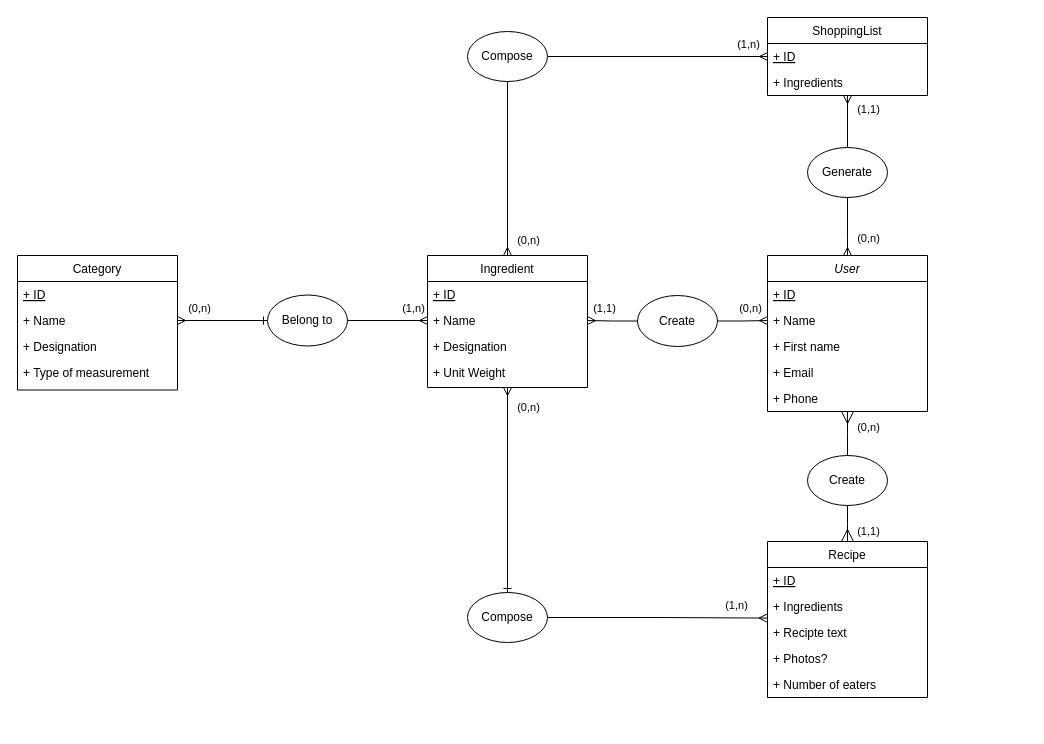
Earlier version of the draw.io diagram corlis_MLD.drawio (xForainx/corlis). Source tidied: cells renumbered, new cells numbered last; positions are measured from the earlier drawing's top-left corner, leaving out a move shared by most shapes. Both pictures are drawn from the tidied source at 100%, with x=0, y=0 at pixel (17, 17).
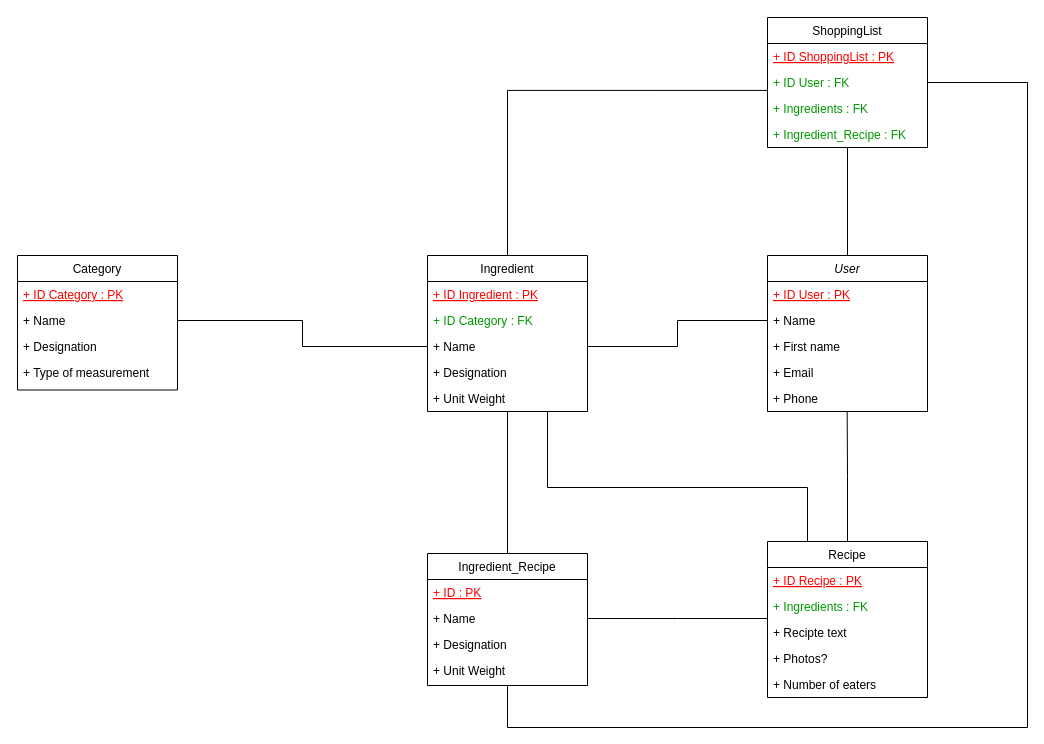
The same page after the edit.

Commit message:
Mettre à jour corlis_MLD.drawio

Unchanged cells that the change refers to:
```xml
<mxCell id="4" value="User" style="swimlane;fontStyle=2;align=center;verticalAlign=top;horizontal=1;startSize=26;rounded=0;shadow=0;strokeWidth=1;" parent="1" vertex="1">
  <mxGeometry x="750" y="238" width="160" height="156" as="geometry" />
</mxCell>
<mxCell id="6" value="+ Name" style="text;align=left;verticalAlign=top;spacingLeft=4;spacingRight=4;overflow=hidden;points=[[0,0.5],[1,0.5]];portConstraint=eastwest;rounded=0;shadow=0;html=0;" parent="4" vertex="1">
  <mxGeometry y="52" width="160" height="26" as="geometry" />
</mxCell>
<mxCell id="9" value="+ Phone" style="text;align=left;verticalAlign=top;spacingLeft=4;spacingRight=4;overflow=hidden;points=[[0,0.5],[1,0.5]];portConstraint=eastwest;" parent="4" vertex="1">
  <mxGeometry y="130" width="160" height="26" as="geometry" />
</mxCell>
<mxCell id="17" value="Recipe" style="swimlane;fontStyle=0;align=center;verticalAlign=top;horizontal=1;startSize=26;rounded=0;shadow=0;strokeWidth=1;" parent="1" vertex="1">
  <mxGeometry x="750" y="524" width="160" height="156" as="geometry" />
</mxCell>
<mxCell id="25" value="Category" style="swimlane;fontStyle=0;align=center;verticalAlign=top;horizontal=1;startSize=26;rounded=0;shadow=0;strokeWidth=1;" parent="1" vertex="1">
  <mxGeometry y="238" width="160" height="134.5" as="geometry" />
</mxCell>
<mxCell id="27" value="+ Name" style="text;align=left;verticalAlign=top;spacingLeft=4;spacingRight=4;overflow=hidden;points=[[0,0.5],[1,0.5]];portConstraint=eastwest;rounded=0;shadow=0;html=0;" parent="25" vertex="1">
  <mxGeometry y="52" width="160" height="26" as="geometry" />
</mxCell>
```

Diff of the diagram source:
```diff
@@
-    <mxCell id="2" style="edgeStyle=orthogonalEdgeStyle;rounded=0;jettySize=auto;html=1;exitX=0.5;exitY=0;exitDx=0;exitDy=0;entryX=0.5;entryY=1;entryDx=0;entryDy=0;startArrow=ERmany;startFill=0;endArrow=none;endFill=0;" parent="1" edge="1" source="4" target="51">
-      <mxGeometry relative="1" as="geometry">
-        <Array as="points">
-          <mxPoint x="830" y="220" />
-          <mxPoint x="830" y="220" />
-        </Array>
-      </mxGeometry>
-    </mxCell>
-    <mxCell id="3" value="(0,n)" style="edgeLabel;html=1;align=center;verticalAlign=middle;" parent="2" vertex="1">
-      <mxGeometry x="-0.21" relative="1" as="geometry">
-        <mxPoint x="20" y="5" as="offset" />
-      </mxGeometry>
-    </mxCell>
+    <mxCell id="57" style="edgeStyle=orthogonalEdgeStyle;rounded=0;jettySize=auto;html=1;exitX=0.5;exitY=0;exitDx=0;exitDy=0;endArrow=none;endFill=0;entryX=0.5;entryY=0.995;entryDx=0;entryDy=0;entryPerimeter=0;" parent="1" edge="1" source="4" target="64">
+      <mxGeometry relative="1" as="geometry" />
+    </mxCell>
@@
-    <mxCell id="5" value="+ ID" style="text;align=left;verticalAlign=top;spacingLeft=4;spacingRight=4;overflow=hidden;fontStyle=4;" parent="4" vertex="1">
+    <mxCell id="5" value="+ ID User : PK" style="text;align=left;verticalAlign=top;spacingLeft=4;spacingRight=4;overflow=hidden;fontStyle=4;fontColor=#FF0000;" parent="4" vertex="1">
       <mxGeometry y="26" width="160" height="26" as="geometry" />
     </mxCell>
@@
-    <mxCell id="10" style="edgeStyle=orthogonalEdgeStyle;rounded=0;jettySize=auto;html=1;exitX=0.5;exitY=1;exitDx=0;exitDy=0;startArrow=ERmany;startFill=0;endArrow=ERone;endFill=0;entryX=0.5;entryY=0;entryDx=0;entryDy=0;" parent="1" edge="1" source="12" target="48">
-      <mxGeometry relative="1" as="geometry" />
-    </mxCell>
-    <mxCell id="11" value="(0,n)" style="edgeLabel;html=1;align=center;verticalAlign=middle;" parent="10" vertex="1">
-      <mxGeometry x="-0.81" y="1" relative="1" as="geometry">
-        <mxPoint x="19" as="offset" />
-      </mxGeometry>
-    </mxCell>
+    <mxCell id="58" style="edgeStyle=orthogonalEdgeStyle;rounded=0;jettySize=auto;html=1;exitX=0.75;exitY=1;exitDx=0;exitDy=0;endArrow=none;endFill=0;entryX=0.25;entryY=0;entryDx=0;entryDy=0;" parent="1" edge="1" source="12" target="17">
+      <mxGeometry relative="1" as="geometry">
+        <Array as="points">
+          <mxPoint x="530" y="470" />
+          <mxPoint x="790" y="470" />
+        </Array>
+      </mxGeometry>
+    </mxCell>
+    <mxCell id="59" style="edgeStyle=orthogonalEdgeStyle;rounded=0;jettySize=auto;html=1;exitX=0.5;exitY=0;exitDx=0;exitDy=0;entryX=-0.001;entryY=-0.195;entryDx=0;entryDy=0;entryPerimeter=0;endArrow=none;endFill=0;" parent="1" edge="1" source="12" target="35">
+      <mxGeometry relative="1" as="geometry" />
+    </mxCell>
+    <mxCell id="60" style="edgeStyle=orthogonalEdgeStyle;rounded=0;jettySize=auto;html=1;exitX=0.5;exitY=1;exitDx=0;exitDy=0;entryX=0.5;entryY=0;entryDx=0;entryDy=0;fontColor=#FF0000;endArrow=none;endFill=0;" parent="1" edge="1" source="12" target="68">
+      <mxGeometry relative="1" as="geometry" />
+    </mxCell>
     <mxCell id="12" value="Ingredient" style="swimlane;fontStyle=0;align=center;verticalAlign=top;horizontal=1;startSize=26;rounded=0;shadow=0;strokeWidth=1;" parent="1" vertex="1">
-      <mxGeometry x="410" y="238" width="160" height="132" as="geometry" />
+      <mxGeometry x="410" y="238" width="160" height="156" as="geometry" />
     </mxCell>
-    <mxCell id="13" value="+ ID" style="text;align=left;verticalAlign=top;spacingLeft=4;spacingRight=4;overflow=hidden;fontStyle=4;" parent="12" vertex="1">
+    <mxCell id="13" value="+ ID Ingredient : PK" style="text;align=left;verticalAlign=top;spacingLeft=4;spacingRight=4;overflow=hidden;fontStyle=4;fontColor=#FF0000;" parent="12" vertex="1">
       <mxGeometry y="26" width="160" height="26" as="geometry" />
     </mxCell>
+    <mxCell id="61" value="+ ID Category : FK" style="text;align=left;verticalAlign=top;spacingLeft=4;spacingRight=4;overflow=hidden;rounded=0;shadow=0;html=0;fontColor=#009900;" parent="12" vertex="1">
+      <mxGeometry y="52" width="160" height="26" as="geometry" />
+    </mxCell>
     <mxCell id="14" value="+ Name" style="text;align=left;verticalAlign=top;spacingLeft=4;spacingRight=4;overflow=hidden;points=[[0,0.5],[1,0.5]];portConstraint=eastwest;rounded=0;shadow=0;html=0;" parent="12" vertex="1">
-      <mxGeometry y="52" width="160" height="26" as="geometry" />
+      <mxGeometry y="78" width="160" height="26" as="geometry" />
     </mxCell>
     <mxCell id="15" value="+ Designation" style="text;align=left;verticalAlign=top;spacingLeft=4;spacingRight=4;overflow=hidden;rounded=0;shadow=0;html=0;" parent="12" vertex="1">
-      <mxGeometry y="78" width="160" height="26" as="geometry" />
+      <mxGeometry y="104" width="160" height="26" as="geometry" />
     </mxCell>
     <mxCell id="16" value="+ Unit Weight" style="text;align=left;verticalAlign=top;spacingLeft=4;spacingRight=4;overflow=hidden;rounded=0;shadow=0;html=0;" parent="12" vertex="1">
-      <mxGeometry y="104" width="160" height="26" as="geometry" />
+      <mxGeometry y="130" width="160" height="26" as="geometry" />
     </mxCell>
+    <mxCell id="62" style="edgeStyle=orthogonalEdgeStyle;rounded=0;jettySize=auto;html=1;exitX=0.5;exitY=0;exitDx=0;exitDy=0;endArrow=none;endFill=0;entryX=0.498;entryY=0.996;entryDx=0;entryDy=0;entryPerimeter=0;" parent="1" edge="1" source="17" target="9">
+      <mxGeometry relative="1" as="geometry" />
+    </mxCell>
@@
-    <mxCell id="18" value="+ ID" style="text;align=left;verticalAlign=top;spacingLeft=4;spacingRight=4;overflow=hidden;fontStyle=4;" parent="17" vertex="1">
+    <mxCell id="18" value="+ ID Recipe : PK" style="text;align=left;verticalAlign=top;spacingLeft=4;spacingRight=4;overflow=hidden;fontStyle=4;fontColor=#FF0000;" parent="17" vertex="1">
       <mxGeometry y="26" width="160" height="26" as="geometry" />
     </mxCell>
-    <mxCell id="19" value="+ Ingredients" style="text;align=left;verticalAlign=top;spacingLeft=4;spacingRight=4;overflow=hidden;points=[[0,0.5],[1,0.5]];portConstraint=eastwest;" parent="17" vertex="1">
+    <mxCell id="19" value="+ Ingredients : FK" style="text;align=left;verticalAlign=top;spacingLeft=4;spacingRight=4;overflow=hidden;points=[[0,0.5],[1,0.5]];portConstraint=eastwest;fontColor=#009900;" parent="17" vertex="1">
       <mxGeometry y="52" width="160" height="26" as="geometry" />
     </mxCell>
@@
-    <mxCell id="23" style="endArrow=ERmany;endSize=10;endFill=0;shadow=0;strokeWidth=1;rounded=0;edgeStyle=elbowEdgeStyle;elbow=vertical;startArrow=none;" parent="1" edge="1" source="30" target="4">
-      <mxGeometry relative="1" as="geometry" />
-    </mxCell>
-    <mxCell id="24" value="(0,n)" style="edgeLabel;html=1;align=center;verticalAlign=middle;" parent="23" vertex="1">
-      <mxGeometry x="0.32" relative="1" as="geometry">
-        <mxPoint x="20" as="offset" />
-      </mxGeometry>
-    </mxCell>
@@
-    <mxCell id="26" value="+ ID" style="text;align=left;verticalAlign=top;spacingLeft=4;spacingRight=4;overflow=hidden;fontStyle=4;" parent="25" vertex="1">
+    <mxCell id="26" value="+ ID Category : PK" style="text;align=left;verticalAlign=top;spacingLeft=4;spacingRight=4;overflow=hidden;fontStyle=4;fontColor=#FF0000;" parent="25" vertex="1">
       <mxGeometry y="26" width="160" height="26" as="geometry" />
     </mxCell>
@@
-    <mxCell id="30" value="Create" style="ellipse;whiteSpace=wrap;html=1;" parent="1" vertex="1">
-      <mxGeometry x="790" y="438" width="80" height="50" as="geometry" />
-    </mxCell>
-    <mxCell id="31" style="endArrow=ERmany;endSize=10;endFill=0;shadow=0;strokeWidth=1;rounded=0;edgeStyle=elbowEdgeStyle;elbow=vertical;labelPosition=right;verticalLabelPosition=top;align=center;verticalAlign=bottom;startArrow=none;startFill=0;" parent="1" edge="1" source="30" target="17">
-      <mxGeometry relative="1" as="geometry" />
-    </mxCell>
-    <mxCell id="32" value="(1,1)" style="edgeLabel;html=1;align=center;verticalAlign=middle;" parent="31" vertex="1">
-      <mxGeometry x="0.41" relative="1" as="geometry">
-        <mxPoint x="20" as="offset" />
-      </mxGeometry>
-    </mxCell>
     <mxCell id="33" value="ShoppingList" style="swimlane;fontStyle=0;align=center;verticalAlign=top;horizontal=1;startSize=26;rounded=0;shadow=0;strokeWidth=1;" parent="1" vertex="1">
-      <mxGeometry x="750" width="160" height="78" as="geometry" />
+      <mxGeometry x="750" width="160" height="130" as="geometry" />
     </mxCell>
-    <mxCell id="34" value="+ ID" style="text;align=left;verticalAlign=top;spacingLeft=4;spacingRight=4;overflow=hidden;points=[[0,0.5],[1,0.5]];portConstraint=eastwest;fontStyle=4;" parent="33" vertex="1">
+    <mxCell id="34" value="+ ID ShoppingList : PK" style="text;align=left;verticalAlign=top;spacingLeft=4;spacingRight=4;overflow=hidden;points=[[0,0.5],[1,0.5]];portConstraint=eastwest;fontStyle=4;fontColor=#FF0000;" parent="33" vertex="1">
       <mxGeometry y="26" width="160" height="26" as="geometry" />
     </mxCell>
+    <mxCell id="63" value="+ ID User : FK" style="text;align=left;verticalAlign=top;spacingLeft=4;spacingRight=4;overflow=hidden;points=[[0,0.5],[1,0.5]];portConstraint=eastwest;fontStyle=0;fontColor=#009900;" parent="33" vertex="1">
+      <mxGeometry y="52" width="160" height="26" as="geometry" />
+    </mxCell>
-    <mxCell id="35" value="+ Ingredients" style="text;align=left;verticalAlign=top;spacingLeft=4;spacingRight=4;overflow=hidden;points=[[0,0.5],[1,0.5]];portConstraint=eastwest;fontStyle=0;" parent="33" vertex="1">
-      <mxGeometry y="52" width="160" height="26" as="geometry" />
+    <mxCell id="35" value="+ Ingredients : FK" style="text;align=left;verticalAlign=top;spacingLeft=4;spacingRight=4;overflow=hidden;points=[[0,0.5],[1,0.5]];portConstraint=eastwest;fontStyle=0;fontColor=#009900;" parent="33" vertex="1">
+      <mxGeometry y="78" width="160" height="26" as="geometry" />
     </mxCell>
-    <mxCell id="36" style="edgeStyle=orthogonalEdgeStyle;rounded=0;jettySize=auto;html=1;exitX=0;exitY=0.5;exitDx=0;exitDy=0;entryX=1;entryY=0.5;entryDx=0;entryDy=0;startArrow=none;startFill=0;endArrow=ERmany;endFill=0;" parent="1" edge="1" source="40" target="14">
-      <mxGeometry relative="1" as="geometry" />
-    </mxCell>
-    <mxCell id="37" value="(1,1)" style="edgeLabel;html=1;align=center;verticalAlign=middle;" parent="36" vertex="1">
-      <mxGeometry x="0.34" y="1" relative="1" as="geometry">
-        <mxPoint y="-14" as="offset" />
-      </mxGeometry>
-    </mxCell>
-    <mxCell id="38" style="edgeStyle=orthogonalEdgeStyle;rounded=0;jettySize=auto;html=1;exitX=1;exitY=0.5;exitDx=0;exitDy=0;entryX=0;entryY=0.5;entryDx=0;entryDy=0;startArrow=none;startFill=0;endArrow=ERmany;endFill=0;" parent="1" edge="1" source="40" target="6">
-      <mxGeometry relative="1" as="geometry" />
-    </mxCell>
-    <mxCell id="39" value="(0,n)" style="edgeLabel;html=1;align=center;verticalAlign=middle;" parent="38" vertex="1">
-      <mxGeometry x="0.3" relative="1" as="geometry">
-        <mxPoint y="-13" as="offset" />
-      </mxGeometry>
-    </mxCell>
-    <mxCell id="40" value="Create" style="ellipse;whiteSpace=wrap;html=1;" parent="1" vertex="1">
-      <mxGeometry x="620" y="278" width="80" height="51" as="geometry" />
-    </mxCell>
-    <mxCell id="41" style="edgeStyle=orthogonalEdgeStyle;rounded=0;jettySize=auto;html=1;startArrow=ERmany;startFill=0;endArrow=ERone;endFill=0;entryX=0;entryY=0.5;entryDx=0;entryDy=0;exitX=1;exitY=0.5;exitDx=0;exitDy=0;" parent="1" edge="1" source="27" target="45">
-      <mxGeometry relative="1" as="geometry" />
-    </mxCell>
-    <mxCell id="42" value="(0,n)" style="edgeLabel;html=1;align=center;verticalAlign=middle;" parent="41" vertex="1">
-      <mxGeometry x="-0.65" y="2" relative="1" as="geometry">
-        <mxPoint x="5" y="-11" as="offset" />
-      </mxGeometry>
-    </mxCell>
-    <mxCell id="43" style="edgeStyle=orthogonalEdgeStyle;rounded=0;jettySize=auto;html=1;exitX=1;exitY=0.5;exitDx=0;exitDy=0;entryX=0;entryY=0.5;entryDx=0;entryDy=0;startArrow=none;startFill=0;endArrow=ERmany;endFill=0;" parent="1" edge="1" source="45" target="14">
-      <mxGeometry relative="1" as="geometry" />
-    </mxCell>
-    <mxCell id="44" value="(1,n)" style="edgeLabel;html=1;align=center;verticalAlign=middle;" parent="43" vertex="1">
-      <mxGeometry x="0.7" relative="1" as="geometry">
-        <mxPoint x="-3" y="-13" as="offset" />
-      </mxGeometry>
-    </mxCell>
-    <mxCell id="45" value="Belong to" style="ellipse;whiteSpace=wrap;html=1;" parent="1" vertex="1">
-      <mxGeometry x="250" y="277.5" width="80" height="51" as="geometry" />
-    </mxCell>
-    <mxCell id="46" style="edgeStyle=orthogonalEdgeStyle;rounded=0;jettySize=auto;html=1;exitX=1;exitY=0.5;exitDx=0;exitDy=0;entryX=-0.003;entryY=0.945;entryDx=0;entryDy=0;startArrow=none;startFill=0;endArrow=ERmany;endFill=0;entryPerimeter=0;" parent="1" edge="1" source="48" target="19">
-      <mxGeometry relative="1" as="geometry" />
-    </mxCell>
-    <mxCell id="47" value="(1,n)" style="edgeLabel;html=1;align=center;verticalAlign=middle;" parent="46" vertex="1">
-      <mxGeometry x="0.83" relative="1" as="geometry">
-        <mxPoint x="-12" y="-13" as="offset" />
-      </mxGeometry>
-    </mxCell>
-    <mxCell id="48" value="Compose" style="ellipse;whiteSpace=wrap;html=1;" parent="1" vertex="1">
-      <mxGeometry x="450" y="575" width="80" height="50" as="geometry" />
-    </mxCell>
-    <mxCell id="49" style="edgeStyle=orthogonalEdgeStyle;rounded=0;jettySize=auto;html=1;exitX=0.5;exitY=0;exitDx=0;exitDy=0;entryX=0.5;entryY=1;entryDx=0;entryDy=0;startArrow=none;startFill=0;endArrow=ERmany;endFill=0;" parent="1" edge="1" source="51" target="33">
-      <mxGeometry relative="1" as="geometry" />
-    </mxCell>
-    <mxCell id="50" value="(1,1)" style="edgeLabel;html=1;align=center;verticalAlign=middle;" parent="49" vertex="1">
-      <mxGeometry x="0.64" relative="1" as="geometry">
-        <mxPoint x="20" y="4" as="offset" />
-      </mxGeometry>
-    </mxCell>
-    <mxCell id="51" value="Generate" style="ellipse;whiteSpace=wrap;html=1;" parent="1" vertex="1">
-      <mxGeometry x="790" y="130" width="80" height="50" as="geometry" />
-    </mxCell>
-    <mxCell id="52" style="edgeStyle=orthogonalEdgeStyle;rounded=0;jettySize=auto;html=1;exitX=0.5;exitY=1;exitDx=0;exitDy=0;entryX=0.5;entryY=0;entryDx=0;entryDy=0;startArrow=none;startFill=0;endArrow=ERmany;endFill=0;" parent="1" edge="1" source="56" target="12">
-      <mxGeometry relative="1" as="geometry" />
-    </mxCell>
-    <mxCell id="53" value="(0,n)" style="edgeLabel;html=1;align=center;verticalAlign=middle;" parent="52" vertex="1">
-      <mxGeometry x="0.82" relative="1" as="geometry">
-        <mxPoint x="20" as="offset" />
-      </mxGeometry>
-    </mxCell>
-    <mxCell id="54" style="edgeStyle=orthogonalEdgeStyle;rounded=0;jettySize=auto;html=1;exitX=1;exitY=0.5;exitDx=0;exitDy=0;entryX=0;entryY=0.5;entryDx=0;entryDy=0;startArrow=none;startFill=0;endArrow=ERmany;endFill=0;" parent="1" edge="1" source="56" target="34">
-      <mxGeometry relative="1" as="geometry" />
-    </mxCell>
-    <mxCell id="55" value="(1,n)" style="edgeLabel;html=1;align=center;verticalAlign=middle;" parent="54" vertex="1">
-      <mxGeometry x="0.82" y="-2" relative="1" as="geometry">
-        <mxPoint y="-15" as="offset" />
-      </mxGeometry>
-    </mxCell>
-    <mxCell id="56" value="Compose" style="ellipse;whiteSpace=wrap;html=1;" parent="1" vertex="1">
-      <mxGeometry x="450" y="14" width="80" height="50" as="geometry" />
-    </mxCell>
+    <mxCell id="64" value="+ Ingredient_Recipe : FK" style="text;align=left;verticalAlign=top;spacingLeft=4;spacingRight=4;overflow=hidden;points=[[0,0.5],[1,0.5]];portConstraint=eastwest;fontStyle=0;fontColor=#009900;" parent="33" vertex="1">
+      <mxGeometry y="104" width="160" height="26" as="geometry" />
+    </mxCell>
+    <mxCell id="65" style="edgeStyle=orthogonalEdgeStyle;rounded=0;jettySize=auto;html=1;exitX=0;exitY=0.5;exitDx=0;exitDy=0;entryX=1;entryY=0.5;entryDx=0;entryDy=0;endArrow=none;endFill=0;" parent="1" edge="1" source="14" target="27">
+      <mxGeometry relative="1" as="geometry" />
+    </mxCell>
+    <mxCell id="66" style="edgeStyle=orthogonalEdgeStyle;rounded=0;jettySize=auto;html=1;exitX=1;exitY=0.5;exitDx=0;exitDy=0;entryX=0;entryY=0.5;entryDx=0;entryDy=0;endArrow=none;endFill=0;" parent="1" edge="1" source="14" target="6">
+      <mxGeometry relative="1" as="geometry" />
+    </mxCell>
+    <mxCell id="67" style="edgeStyle=orthogonalEdgeStyle;rounded=0;jettySize=auto;html=1;exitX=0.5;exitY=1;exitDx=0;exitDy=0;fontColor=#009900;entryX=1;entryY=0.5;entryDx=0;entryDy=0;endArrow=none;endFill=0;" parent="1" edge="1" source="68" target="63">
+      <mxGeometry relative="1" as="geometry">
+        <Array as="points">
+          <mxPoint x="490" y="710" />
+          <mxPoint x="1010" y="710" />
+          <mxPoint x="1010" y="65" />
+        </Array>
+      </mxGeometry>
+    </mxCell>
+    <mxCell id="68" value="Ingredient_Recipe" style="swimlane;fontStyle=0;align=center;verticalAlign=top;horizontal=1;startSize=26;rounded=0;shadow=0;strokeWidth=1;" parent="1" vertex="1">
+      <mxGeometry x="410" y="536" width="160" height="132" as="geometry" />
+    </mxCell>
+    <mxCell id="69" value="+ ID : PK" style="text;align=left;verticalAlign=top;spacingLeft=4;spacingRight=4;overflow=hidden;fontStyle=4;fontColor=#FF0000;" parent="68" vertex="1">
+      <mxGeometry y="26" width="160" height="26" as="geometry" />
+    </mxCell>
+    <mxCell id="70" value="+ Name" style="text;align=left;verticalAlign=top;spacingLeft=4;spacingRight=4;overflow=hidden;points=[[0,0.5],[1,0.5]];portConstraint=eastwest;rounded=0;shadow=0;html=0;" parent="68" vertex="1">
+      <mxGeometry y="52" width="160" height="26" as="geometry" />
+    </mxCell>
+    <mxCell id="71" value="+ Designation" style="text;align=left;verticalAlign=top;spacingLeft=4;spacingRight=4;overflow=hidden;rounded=0;shadow=0;html=0;" parent="68" vertex="1">
+      <mxGeometry y="78" width="160" height="26" as="geometry" />
+    </mxCell>
+    <mxCell id="72" value="+ Unit Weight" style="text;align=left;verticalAlign=top;spacingLeft=4;spacingRight=4;overflow=hidden;rounded=0;shadow=0;html=0;" parent="68" vertex="1">
+      <mxGeometry y="104" width="160" height="26" as="geometry" />
+    </mxCell>
+    <mxCell id="73" style="edgeStyle=orthogonalEdgeStyle;rounded=0;jettySize=auto;html=1;exitX=1;exitY=0.5;exitDx=0;exitDy=0;fontColor=#FF0000;endArrow=none;endFill=0;" parent="1" edge="1" source="70">
+      <mxGeometry relative="1" as="geometry">
+        <mxPoint x="750" y="601" as="targetPoint" />
+      </mxGeometry>
+    </mxCell>
```
